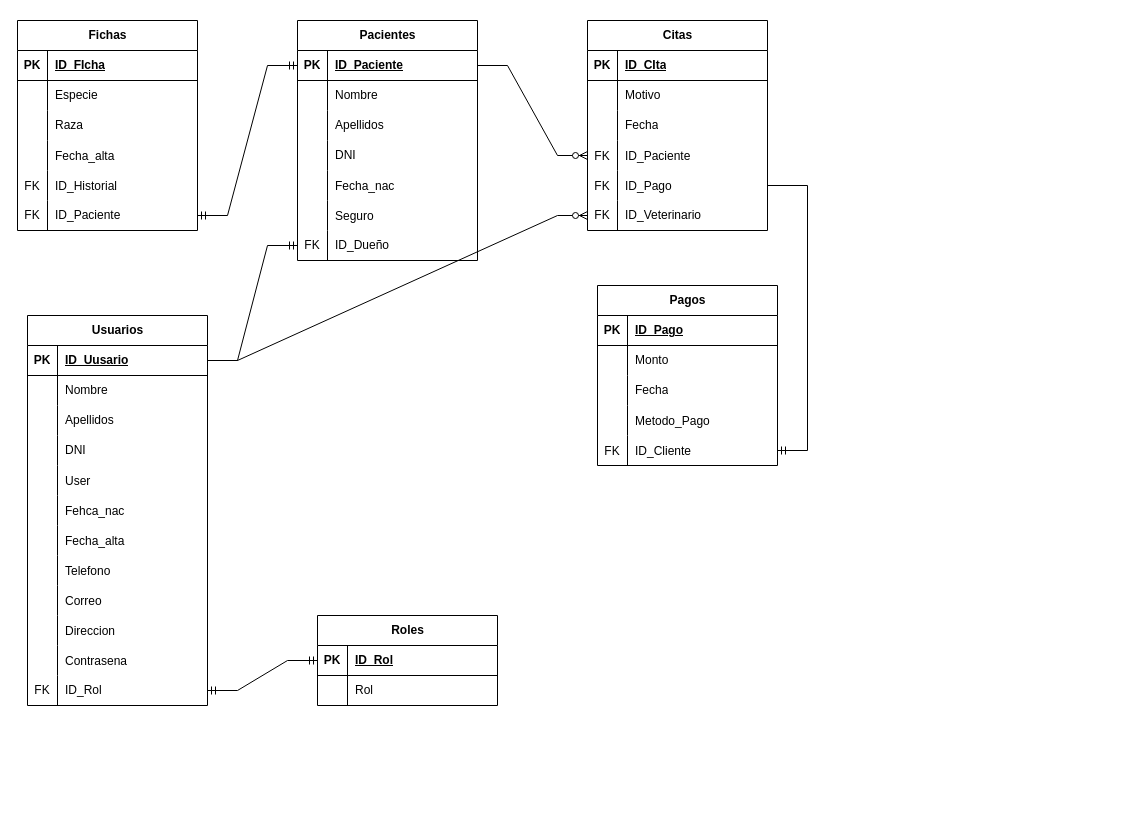
This is Base de datos/ERVeterniaria.drawio from JJavierMartinez/Proyecto-final-DAM, a draw.io file, before an edit. Source tidied: cells renumbered, new cells numbered last; positions are measured from the earlier drawing's top-left corner, leaving out a move shared by most shapes. Both pictures are drawn from the tidied source at 100%, with x=0, y=0 at pixel (17, 20).
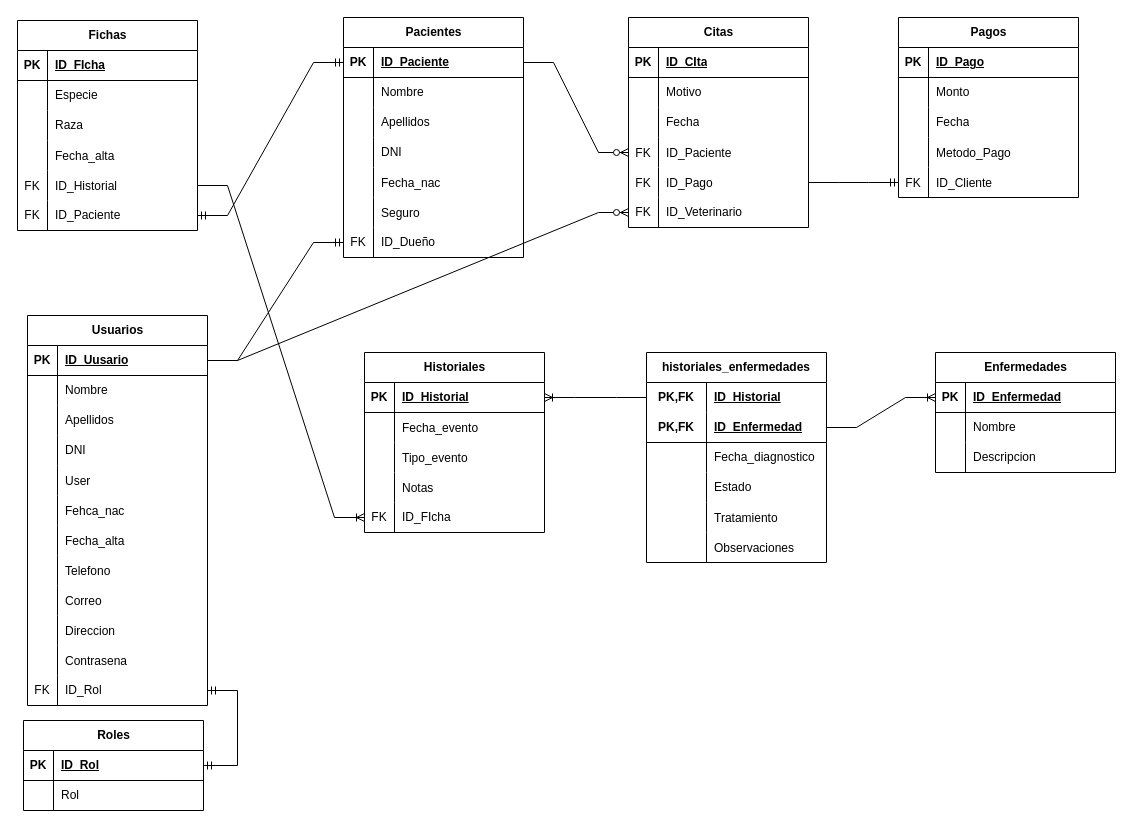
The same page after the edit.

The change refers to these unchanged cells:
```xml
<mxCell id="82" style="shape=tableRow;horizontal=0;startSize=0;swimlaneHead=0;swimlaneBody=0;fillColor=none;points=[[0,0.5],[1,0.5]];portConstraint=eastwest;top=0;left=0;right=0;bottom=0;" parent="69" vertex="1">
  <mxGeometry y="150" width="180" height="30" as="geometry" />
</mxCell>
```

Change to the diagram source:
```diff
@@
     <mxCell id="39" value="Pacientes" style="shape=table;startSize=30;childLayout=tableLayout;rowLines=0;fontStyle=1;align=center;html=1;" parent="1" vertex="1">
-      <mxGeometry x="280" width="180" height="240" as="geometry" />
+      <mxGeometry x="326" y="-3" width="180" height="240" as="geometry" />
     </mxCell>
@@
     <mxCell id="61" value="Roles" style="shape=table;startSize=30;childLayout=tableLayout;rowLines=0;fontStyle=1;align=center;html=1;" parent="1" vertex="1">
-      <mxGeometry x="300" y="595" width="180" height="90" as="geometry" />
+      <mxGeometry x="6" y="700" width="180" height="90" as="geometry" />
     </mxCell>
@@
     <mxCell id="89" value="Citas" style="shape=table;startSize=30;childLayout=tableLayout;rowLines=0;fontStyle=1;align=center;html=1;" parent="1" vertex="1">
-      <mxGeometry x="570" width="180" height="210" as="geometry" />
+      <mxGeometry x="611" y="-3" width="180" height="210" as="geometry" />
     </mxCell>
@@
     <mxCell id="111" value="Pagos" style="shape=table;startSize=30;childLayout=tableLayout;rowLines=0;fontStyle=1;align=center;html=1;" parent="1" vertex="1">
-      <mxGeometry x="580" y="265" width="180" height="180" as="geometry" />
+      <mxGeometry x="881" y="-3" width="180" height="180" as="geometry" />
     </mxCell>
@@
+    <mxCell id="128" value="Enfermedades" style="shape=table;startSize=30;childLayout=tableLayout;rowLines=0;fontStyle=1;align=center;html=1;" parent="1" vertex="1">
+      <mxGeometry x="918" y="332" width="180" height="120" as="geometry" />
+    </mxCell>
+    <mxCell id="129" style="shape=tableRow;horizontal=0;startSize=0;swimlaneHead=0;swimlaneBody=0;fillColor=none;points=[[0,0.5],[1,0.5]];portConstraint=eastwest;top=0;left=0;right=0;bottom=1;" parent="128" vertex="1">
+      <mxGeometry y="30" width="180" height="30" as="geometry" />
+    </mxCell>
+    <mxCell id="130" value="PK" style="shape=partialRectangle;fillColor=none;top=0;left=0;bottom=0;right=0;fontStyle=1;overflow=hidden;whiteSpace=wrap;html=1;" parent="129" vertex="1">
+      <mxGeometry width="30" height="30" as="geometry" />
+    </mxCell>
+    <mxCell id="131" value="ID_Enfermedad" style="shape=partialRectangle;fillColor=none;top=0;left=0;bottom=0;right=0;align=left;spacingLeft=6;fontStyle=5;overflow=hidden;whiteSpace=wrap;html=1;" parent="129" vertex="1">
+      <mxGeometry x="30" width="150" height="30" as="geometry" />
+    </mxCell>
+    <mxCell id="132" style="shape=tableRow;horizontal=0;startSize=0;swimlaneHead=0;swimlaneBody=0;fillColor=none;top=0;left=0;right=0;bottom=0;" parent="128" vertex="1">
+      <mxGeometry y="60" width="180" height="30" as="geometry" />
+    </mxCell>
+    <mxCell id="133" style="shape=partialRectangle;fillColor=none;top=0;left=0;bottom=0;right=0;overflow=hidden;whiteSpace=wrap;html=1;" parent="132" vertex="1">
+      <mxGeometry width="30" height="30" as="geometry" />
+    </mxCell>
+    <mxCell id="134" value="Nombre" style="shape=partialRectangle;fillColor=none;top=0;left=0;bottom=0;right=0;align=left;spacingLeft=6;overflow=hidden;whiteSpace=wrap;html=1;" parent="132" vertex="1">
+      <mxGeometry x="30" width="150" height="30" as="geometry" />
+    </mxCell>
+    <mxCell id="135" style="shape=tableRow;horizontal=0;startSize=0;swimlaneHead=0;swimlaneBody=0;fillColor=none;top=0;left=0;right=0;bottom=0;" parent="128" vertex="1">
+      <mxGeometry y="90" width="180" height="30" as="geometry" />
+    </mxCell>
+    <mxCell id="136" style="shape=partialRectangle;fillColor=none;top=0;left=0;bottom=0;right=0;overflow=hidden;whiteSpace=wrap;html=1;" parent="135" vertex="1">
+      <mxGeometry width="30" height="30" as="geometry" />
+    </mxCell>
+    <mxCell id="137" value="Descripcion" style="shape=partialRectangle;fillColor=none;top=0;left=0;bottom=0;right=0;align=left;spacingLeft=6;overflow=hidden;whiteSpace=wrap;html=1;" parent="135" vertex="1">
+      <mxGeometry x="30" width="150" height="30" as="geometry" />
+    </mxCell>
+    <mxCell id="138" value="Historiales" style="shape=table;startSize=30;childLayout=tableLayout;rowLines=0;fontStyle=1;align=center;html=1;" parent="1" vertex="1">
+      <mxGeometry x="347" y="332" width="180" height="180" as="geometry" />
+    </mxCell>
+    <mxCell id="139" style="shape=tableRow;horizontal=0;startSize=0;swimlaneHead=0;swimlaneBody=0;fillColor=none;points=[[0,0.5],[1,0.5]];portConstraint=eastwest;top=0;left=0;right=0;bottom=1;" parent="138" vertex="1">
+      <mxGeometry y="30" width="180" height="30" as="geometry" />
+    </mxCell>
+    <mxCell id="140" value="PK" style="shape=partialRectangle;fillColor=none;top=0;left=0;bottom=0;right=0;fontStyle=1;overflow=hidden;whiteSpace=wrap;html=1;" parent="139" vertex="1">
+      <mxGeometry width="30" height="30" as="geometry" />
+    </mxCell>
+    <mxCell id="141" value="ID_Historial" style="shape=partialRectangle;fillColor=none;top=0;left=0;bottom=0;right=0;align=left;spacingLeft=6;fontStyle=5;overflow=hidden;whiteSpace=wrap;html=1;" parent="139" vertex="1">
+      <mxGeometry x="30" width="150" height="30" as="geometry" />
+    </mxCell>
+    <mxCell id="142" style="shape=tableRow;horizontal=0;startSize=0;swimlaneHead=0;swimlaneBody=0;fillColor=none;top=0;left=0;right=0;bottom=0;" parent="138" vertex="1">
+      <mxGeometry y="60" width="180" height="30" as="geometry" />
+    </mxCell>
+    <mxCell id="143" style="shape=partialRectangle;fillColor=none;top=0;left=0;bottom=0;right=0;overflow=hidden;" parent="142" vertex="1">
+      <mxGeometry width="30" height="30" as="geometry" />
+    </mxCell>
+    <mxCell id="144" value="Fecha_evento" style="shape=partialRectangle;fillColor=none;top=0;left=0;bottom=0;right=0;align=left;spacingLeft=6;overflow=hidden;" parent="142" vertex="1">
+      <mxGeometry x="30" width="150" height="30" as="geometry" />
+    </mxCell>
+    <mxCell id="145" style="shape=tableRow;horizontal=0;startSize=0;swimlaneHead=0;swimlaneBody=0;fillColor=none;top=0;left=0;right=0;bottom=0;" parent="138" vertex="1">
+      <mxGeometry y="90" width="180" height="30" as="geometry" />
+    </mxCell>
+    <mxCell id="146" style="shape=partialRectangle;fillColor=none;top=0;left=0;bottom=0;right=0;overflow=hidden;" parent="145" vertex="1">
+      <mxGeometry width="30" height="30" as="geometry" />
+    </mxCell>
+    <mxCell id="147" value="Tipo_evento" style="shape=partialRectangle;fillColor=none;top=0;left=0;bottom=0;right=0;align=left;spacingLeft=6;overflow=hidden;" parent="145" vertex="1">
+      <mxGeometry x="30" width="150" height="30" as="geometry" />
+    </mxCell>
+    <mxCell id="148" style="shape=tableRow;horizontal=0;startSize=0;swimlaneHead=0;swimlaneBody=0;fillColor=none;top=0;left=0;right=0;bottom=0;" parent="138" vertex="1">
+      <mxGeometry y="120" width="180" height="30" as="geometry" />
+    </mxCell>
+    <mxCell id="149" style="shape=partialRectangle;fillColor=none;top=0;left=0;bottom=0;right=0;overflow=hidden;" parent="148" vertex="1">
+      <mxGeometry width="30" height="30" as="geometry" />
+    </mxCell>
+    <mxCell id="150" value="Notas" style="shape=partialRectangle;fillColor=none;top=0;left=0;bottom=0;right=0;align=left;spacingLeft=6;overflow=hidden;" parent="148" vertex="1">
+      <mxGeometry x="30" width="150" height="30" as="geometry" />
+    </mxCell>
+    <mxCell id="151" style="shape=tableRow;horizontal=0;startSize=0;swimlaneHead=0;swimlaneBody=0;fillColor=none;points=[[0,0.5],[1,0.5]];portConstraint=eastwest;top=0;left=0;right=0;bottom=0;" parent="138" vertex="1">
+      <mxGeometry y="150" width="180" height="30" as="geometry" />
+    </mxCell>
+    <mxCell id="152" value="FK" style="shape=partialRectangle;fillColor=none;top=0;left=0;bottom=0;right=0;overflow=hidden;whiteSpace=wrap;html=1;" parent="151" vertex="1">
+      <mxGeometry width="30" height="30" as="geometry" />
+    </mxCell>
+    <mxCell id="153" value="ID_FIcha" style="shape=partialRectangle;fillColor=none;top=0;left=0;bottom=0;right=0;align=left;spacingLeft=6;overflow=hidden;whiteSpace=wrap;html=1;" parent="151" vertex="1">
+      <mxGeometry x="30" width="150" height="30" as="geometry" />
+    </mxCell>
+    <mxCell id="154" value="historiales_enfermedades" style="shape=table;startSize=30;childLayout=tableLayout;rowLines=0;fontStyle=1;align=center;html=1;whiteSpace=wrap;" parent="1" vertex="1">
+      <mxGeometry x="629" y="332" width="180" height="210" as="geometry" />
+    </mxCell>
+    <mxCell id="155" style="shape=tableRow;horizontal=0;startSize=0;swimlaneHead=0;swimlaneBody=0;fillColor=none;points=[[0,0.5],[1,0.5]];portConstraint=eastwest;top=0;left=0;right=0;bottom=0;html=1;" parent="154" vertex="1">
+      <mxGeometry y="30" width="180" height="30" as="geometry" />
+    </mxCell>
+    <mxCell id="156" value="PK,FK" style="shape=partialRectangle;fillColor=none;top=0;left=0;bottom=0;right=0;fontStyle=1;overflow=hidden;html=1;whiteSpace=wrap;" parent="155" vertex="1">
+      <mxGeometry width="60" height="30" as="geometry" />
+    </mxCell>
+    <mxCell id="157" value="ID_Historial" style="shape=partialRectangle;fillColor=none;top=0;left=0;bottom=0;right=0;align=left;spacingLeft=6;fontStyle=5;overflow=hidden;html=1;whiteSpace=wrap;" parent="155" vertex="1">
+      <mxGeometry x="60" width="120" height="30" as="geometry" />
+    </mxCell>
+    <mxCell id="158" style="shape=tableRow;horizontal=0;startSize=0;swimlaneHead=0;swimlaneBody=0;fillColor=none;points=[[0,0.5],[1,0.5]];portConstraint=eastwest;top=0;left=0;right=0;bottom=1;html=1;" parent="154" vertex="1">
+      <mxGeometry y="60" width="180" height="30" as="geometry" />
+    </mxCell>
+    <mxCell id="159" value="PK,FK" style="shape=partialRectangle;fillColor=none;top=0;left=0;bottom=0;right=0;fontStyle=1;overflow=hidden;html=1;whiteSpace=wrap;" parent="158" vertex="1">
+      <mxGeometry width="60" height="30" as="geometry" />
+    </mxCell>
+    <mxCell id="160" value="ID_Enfermedad" style="shape=partialRectangle;fillColor=none;top=0;left=0;bottom=0;right=0;align=left;spacingLeft=6;fontStyle=5;overflow=hidden;html=1;whiteSpace=wrap;" parent="158" vertex="1">
+      <mxGeometry x="60" width="120" height="30" as="geometry" />
+    </mxCell>
+    <mxCell id="161" style="shape=tableRow;horizontal=0;startSize=0;swimlaneHead=0;swimlaneBody=0;fillColor=none;top=0;left=0;right=0;bottom=0;html=1;" parent="154" vertex="1">
+      <mxGeometry y="90" width="180" height="30" as="geometry" />
+    </mxCell>
+    <mxCell id="162" style="shape=partialRectangle;fillColor=none;top=0;left=0;bottom=0;right=0;overflow=hidden;html=1;whiteSpace=wrap;" parent="161" vertex="1">
+      <mxGeometry width="60" height="30" as="geometry" />
+    </mxCell>
+    <mxCell id="163" value="Fecha_diagnostico" style="shape=partialRectangle;fillColor=none;top=0;left=0;bottom=0;right=0;align=left;spacingLeft=6;overflow=hidden;html=1;whiteSpace=wrap;" parent="161" vertex="1">
+      <mxGeometry x="60" width="120" height="30" as="geometry" />
+    </mxCell>
+    <mxCell id="164" style="shape=tableRow;horizontal=0;startSize=0;swimlaneHead=0;swimlaneBody=0;fillColor=none;top=0;left=0;right=0;bottom=0;html=1;" parent="154" vertex="1">
+      <mxGeometry y="120" width="180" height="30" as="geometry" />
+    </mxCell>
+    <mxCell id="165" style="shape=partialRectangle;fillColor=none;top=0;left=0;bottom=0;right=0;overflow=hidden;html=1;whiteSpace=wrap;" parent="164" vertex="1">
+      <mxGeometry width="60" height="30" as="geometry" />
+    </mxCell>
+    <mxCell id="166" value="Estado" style="shape=partialRectangle;fillColor=none;top=0;left=0;bottom=0;right=0;align=left;spacingLeft=6;overflow=hidden;html=1;whiteSpace=wrap;" parent="164" vertex="1">
+      <mxGeometry x="60" width="120" height="30" as="geometry" />
+    </mxCell>
+    <mxCell id="167" style="shape=tableRow;horizontal=0;startSize=0;swimlaneHead=0;swimlaneBody=0;fillColor=none;top=0;left=0;right=0;bottom=0;" parent="154" vertex="1">
+      <mxGeometry y="150" width="180" height="30" as="geometry" />
+    </mxCell>
+    <mxCell id="168" style="shape=partialRectangle;fillColor=none;top=0;left=0;bottom=0;right=0;overflow=hidden;" parent="167" vertex="1">
+      <mxGeometry width="60" height="30" as="geometry" />
+    </mxCell>
+    <mxCell id="169" value="Tratamiento" style="shape=partialRectangle;fillColor=none;top=0;left=0;bottom=0;right=0;align=left;spacingLeft=6;overflow=hidden;" parent="167" vertex="1">
+      <mxGeometry x="60" width="120" height="30" as="geometry" />
+    </mxCell>
+    <mxCell id="170" style="shape=tableRow;horizontal=0;startSize=0;swimlaneHead=0;swimlaneBody=0;fillColor=none;top=0;left=0;right=0;bottom=0;" parent="154" vertex="1">
+      <mxGeometry y="180" width="180" height="30" as="geometry" />
+    </mxCell>
+    <mxCell id="171" style="shape=partialRectangle;fillColor=none;top=0;left=0;bottom=0;right=0;overflow=hidden;" parent="170" vertex="1">
+      <mxGeometry width="60" height="30" as="geometry" />
+    </mxCell>
+    <mxCell id="172" value="Observaciones" style="shape=partialRectangle;fillColor=none;top=0;left=0;bottom=0;right=0;align=left;spacingLeft=6;overflow=hidden;" parent="170" vertex="1">
+      <mxGeometry x="60" width="120" height="30" as="geometry" />
+    </mxCell>
+    <mxCell id="173" style="edgeStyle=entityRelationEdgeStyle;fontSize=12;html=1;endArrow=ERoneToMany;rounded=0;" parent="1" edge="1" source="82" target="151">
+      <mxGeometry relative="1" as="geometry" />
+    </mxCell>
+    <mxCell id="174" style="edgeStyle=entityRelationEdgeStyle;fontSize=12;html=1;endArrow=ERoneToMany;rounded=0;" parent="1" edge="1" source="155" target="139">
+      <mxGeometry relative="1" as="geometry" />
+    </mxCell>
+    <mxCell id="175" style="edgeStyle=entityRelationEdgeStyle;fontSize=12;html=1;endArrow=ERoneToMany;rounded=0;exitX=1;exitY=0.5;exitDx=0;exitDy=0;" parent="1" edge="1" source="158" target="129">
+      <mxGeometry relative="1" as="geometry" />
+    </mxCell>
```
